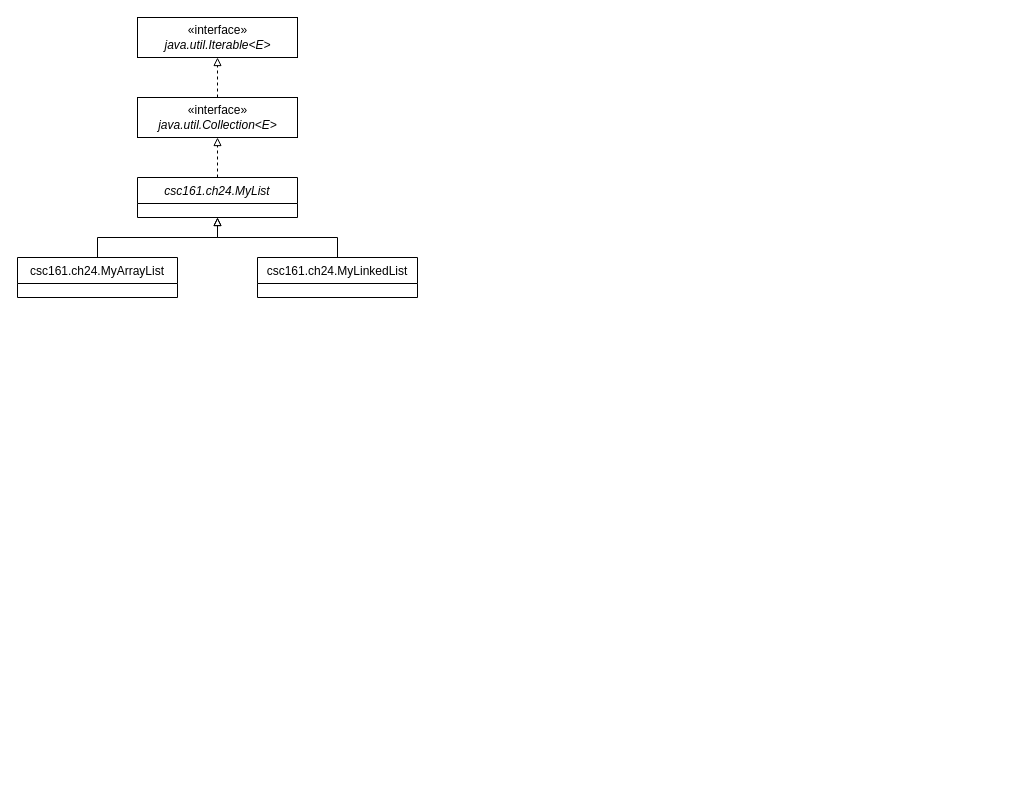
Before: CSC/161/ch24_uml.drawio in PatrickMcDougle/ACC, a draw.io diagram. Source tidied: cells renumbered, new cells numbered last; positions are measured from the earlier drawing's top-left corner, leaving out a move shared by most shapes. Both pictures are drawn from the tidied source at 100%, with x=0, y=0 at pixel (17, 17).
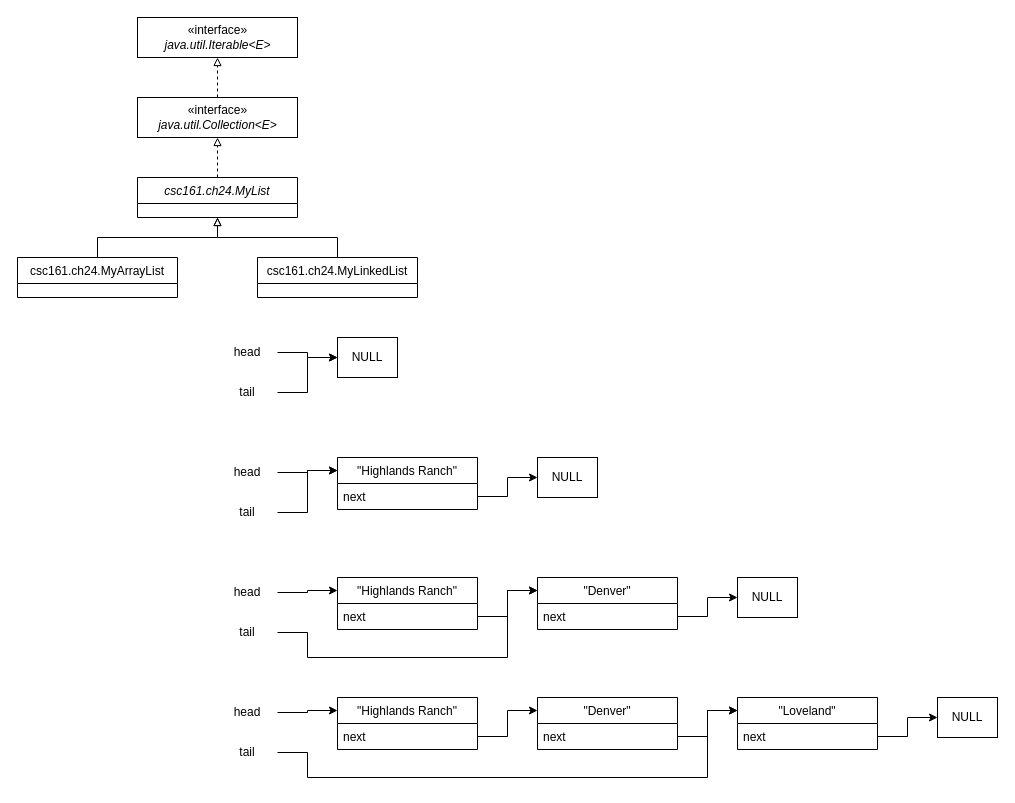
After the change.

The edit, as a diff of the source:
```diff
@@
+    <mxCell id="11" style="edgeStyle=orthogonalEdgeStyle;rounded=0;jettySize=auto;html=1;entryX=0;entryY=0.5;entryDx=0;entryDy=0;endArrow=classic;endFill=1;exitX=1;exitY=0.5;exitDx=0;exitDy=0;" parent="1" edge="1" source="12" target="15">
+      <mxGeometry relative="1" as="geometry" />
+    </mxCell>
+    <mxCell id="12" value="head" style="text;html=1;strokeColor=none;fillColor=none;align=center;verticalAlign=middle;whiteSpace=wrap;rounded=0;" parent="1" vertex="1">
+      <mxGeometry x="200" y="320" width="60" height="30" as="geometry" />
+    </mxCell>
+    <mxCell id="13" style="edgeStyle=orthogonalEdgeStyle;rounded=0;jettySize=auto;html=1;exitX=1;exitY=0.5;exitDx=0;exitDy=0;endArrow=classic;endFill=1;entryX=0;entryY=0.5;entryDx=0;entryDy=0;" parent="1" edge="1" source="14" target="15">
+      <mxGeometry relative="1" as="geometry" />
+    </mxCell>
+    <mxCell id="14" value="tail" style="text;html=1;strokeColor=none;fillColor=none;align=center;verticalAlign=middle;whiteSpace=wrap;rounded=0;" parent="1" vertex="1">
+      <mxGeometry x="200" y="360" width="60" height="30" as="geometry" />
+    </mxCell>
+    <mxCell id="15" value="NULL" style="rounded=0;whiteSpace=wrap;html=1;" parent="1" vertex="1">
+      <mxGeometry x="320" y="320" width="60" height="40" as="geometry" />
+    </mxCell>
+    <mxCell id="16" style="edgeStyle=orthogonalEdgeStyle;rounded=0;jettySize=auto;html=1;entryX=0;entryY=0.25;entryDx=0;entryDy=0;endArrow=classic;endFill=1;exitX=1;exitY=0.5;exitDx=0;exitDy=0;" parent="1" edge="1" source="17" target="20">
+      <mxGeometry relative="1" as="geometry" />
+    </mxCell>
+    <mxCell id="17" value="head" style="text;html=1;strokeColor=none;fillColor=none;align=center;verticalAlign=middle;whiteSpace=wrap;rounded=0;" parent="1" vertex="1">
+      <mxGeometry x="200" y="440" width="60" height="30" as="geometry" />
+    </mxCell>
+    <mxCell id="18" style="edgeStyle=orthogonalEdgeStyle;rounded=0;jettySize=auto;html=1;exitX=1;exitY=0.5;exitDx=0;exitDy=0;endArrow=classic;endFill=1;entryX=0;entryY=0.25;entryDx=0;entryDy=0;" parent="1" edge="1" source="19" target="20">
+      <mxGeometry relative="1" as="geometry" />
+    </mxCell>
+    <mxCell id="19" value="tail" style="text;html=1;strokeColor=none;fillColor=none;align=center;verticalAlign=middle;whiteSpace=wrap;rounded=0;" parent="1" vertex="1">
+      <mxGeometry x="200" y="480" width="60" height="30" as="geometry" />
+    </mxCell>
+    <mxCell id="20" value="&quot;Highlands Ranch&quot;" style="swimlane;fontStyle=0;horizontal=1;startSize=26;fillColor=none;" parent="1" vertex="1">
+      <mxGeometry x="320" y="440" width="140" height="52" as="geometry" />
+    </mxCell>
+    <mxCell id="21" value="next" style="text;strokeColor=none;fillColor=none;align=left;verticalAlign=top;spacingLeft=4;spacingRight=4;overflow=hidden;points=[[0,0.5],[1,0.5]];portConstraint=eastwest;" parent="20" vertex="1">
+      <mxGeometry y="26" width="140" height="26" as="geometry" />
+    </mxCell>
+    <mxCell id="22" value="&quot;Denver&quot;" style="swimlane;fontStyle=0;horizontal=1;startSize=26;fillColor=none;" parent="1" vertex="1">
+      <mxGeometry x="520" y="560" width="140" height="52" as="geometry" />
+    </mxCell>
+    <mxCell id="23" value="next" style="text;strokeColor=none;fillColor=none;align=left;verticalAlign=top;spacingLeft=4;spacingRight=4;overflow=hidden;points=[[0,0.5],[1,0.5]];portConstraint=eastwest;" parent="22" vertex="1">
+      <mxGeometry y="26" width="140" height="26" as="geometry" />
+    </mxCell>
+    <mxCell id="24" style="edgeStyle=orthogonalEdgeStyle;rounded=0;jettySize=auto;html=1;entryX=0;entryY=0.25;entryDx=0;entryDy=0;endArrow=classic;endFill=1;exitX=1;exitY=0.5;exitDx=0;exitDy=0;" parent="1" edge="1" source="25" target="28">
+      <mxGeometry relative="1" as="geometry" />
+    </mxCell>
+    <mxCell id="25" value="head" style="text;html=1;strokeColor=none;fillColor=none;align=center;verticalAlign=middle;whiteSpace=wrap;rounded=0;" parent="1" vertex="1">
+      <mxGeometry x="200" y="560" width="60" height="30" as="geometry" />
+    </mxCell>
+    <mxCell id="26" style="edgeStyle=orthogonalEdgeStyle;rounded=0;jettySize=auto;html=1;exitX=1;exitY=0.5;exitDx=0;exitDy=0;endArrow=classic;endFill=1;entryX=0;entryY=0.25;entryDx=0;entryDy=0;" parent="1" edge="1" source="27" target="22">
+      <mxGeometry relative="1" as="geometry">
+        <Array as="points">
+          <mxPoint x="290" y="615" />
+          <mxPoint x="290" y="640" />
+          <mxPoint x="490" y="640" />
+          <mxPoint x="490" y="573" />
+        </Array>
+      </mxGeometry>
+    </mxCell>
+    <mxCell id="27" value="tail" style="text;html=1;strokeColor=none;fillColor=none;align=center;verticalAlign=middle;whiteSpace=wrap;rounded=0;" parent="1" vertex="1">
+      <mxGeometry x="200" y="600" width="60" height="30" as="geometry" />
+    </mxCell>
+    <mxCell id="28" value="&quot;Highlands Ranch&quot;" style="swimlane;fontStyle=0;horizontal=1;startSize=26;fillColor=none;" parent="1" vertex="1">
+      <mxGeometry x="320" y="560" width="140" height="52" as="geometry" />
+    </mxCell>
+    <mxCell id="29" value="next" style="text;strokeColor=none;fillColor=none;align=left;verticalAlign=top;spacingLeft=4;spacingRight=4;overflow=hidden;points=[[0,0.5],[1,0.5]];portConstraint=eastwest;" parent="28" vertex="1">
+      <mxGeometry y="26" width="140" height="26" as="geometry" />
+    </mxCell>
+    <mxCell id="30" style="edgeStyle=orthogonalEdgeStyle;rounded=0;jettySize=auto;html=1;entryX=0;entryY=0.25;entryDx=0;entryDy=0;endArrow=classic;endFill=1;exitX=1;exitY=0.5;exitDx=0;exitDy=0;" parent="1" edge="1" source="29" target="22">
+      <mxGeometry relative="1" as="geometry" />
+    </mxCell>
+    <mxCell id="31" value="NULL" style="rounded=0;whiteSpace=wrap;html=1;" parent="1" vertex="1">
+      <mxGeometry x="520" y="440" width="60" height="40" as="geometry" />
+    </mxCell>
+    <mxCell id="32" style="edgeStyle=orthogonalEdgeStyle;rounded=0;jettySize=auto;html=1;entryX=0;entryY=0.5;entryDx=0;entryDy=0;endArrow=classic;endFill=1;exitX=1;exitY=0.5;exitDx=0;exitDy=0;" parent="1" edge="1" source="21" target="31">
+      <mxGeometry relative="1" as="geometry" />
+    </mxCell>
+    <mxCell id="33" value="NULL" style="rounded=0;whiteSpace=wrap;html=1;" parent="1" vertex="1">
+      <mxGeometry x="720" y="560" width="60" height="40" as="geometry" />
+    </mxCell>
+    <mxCell id="34" style="edgeStyle=orthogonalEdgeStyle;rounded=0;jettySize=auto;html=1;entryX=0;entryY=0.5;entryDx=0;entryDy=0;endArrow=classic;endFill=1;exitX=1;exitY=0.5;exitDx=0;exitDy=0;" parent="1" edge="1" source="23" target="33">
+      <mxGeometry relative="1" as="geometry" />
+    </mxCell>
+    <mxCell id="35" value="&quot;Denver&quot;" style="swimlane;fontStyle=0;horizontal=1;startSize=26;fillColor=none;" parent="1" vertex="1">
+      <mxGeometry x="520" y="680" width="140" height="52" as="geometry" />
+    </mxCell>
+    <mxCell id="36" value="next" style="text;strokeColor=none;fillColor=none;align=left;verticalAlign=top;spacingLeft=4;spacingRight=4;overflow=hidden;points=[[0,0.5],[1,0.5]];portConstraint=eastwest;" parent="35" vertex="1">
+      <mxGeometry y="26" width="140" height="26" as="geometry" />
+    </mxCell>
+    <mxCell id="37" style="edgeStyle=orthogonalEdgeStyle;rounded=0;jettySize=auto;html=1;entryX=0;entryY=0.25;entryDx=0;entryDy=0;endArrow=classic;endFill=1;exitX=1;exitY=0.5;exitDx=0;exitDy=0;" parent="1" edge="1" source="38" target="41">
+      <mxGeometry relative="1" as="geometry" />
+    </mxCell>
+    <mxCell id="38" value="head" style="text;html=1;strokeColor=none;fillColor=none;align=center;verticalAlign=middle;whiteSpace=wrap;rounded=0;" parent="1" vertex="1">
+      <mxGeometry x="200" y="680" width="60" height="30" as="geometry" />
+    </mxCell>
+    <mxCell id="39" style="edgeStyle=orthogonalEdgeStyle;rounded=0;jettySize=auto;html=1;exitX=1;exitY=0.5;exitDx=0;exitDy=0;endArrow=classic;endFill=1;entryX=0;entryY=0.25;entryDx=0;entryDy=0;" parent="1" edge="1" source="40" target="46">
+      <mxGeometry relative="1" as="geometry">
+        <Array as="points">
+          <mxPoint x="290" y="735" />
+          <mxPoint x="290" y="760" />
+          <mxPoint x="690" y="760" />
+          <mxPoint x="690" y="693" />
+        </Array>
+      </mxGeometry>
+    </mxCell>
+    <mxCell id="40" value="tail" style="text;html=1;strokeColor=none;fillColor=none;align=center;verticalAlign=middle;whiteSpace=wrap;rounded=0;" parent="1" vertex="1">
+      <mxGeometry x="200" y="720" width="60" height="30" as="geometry" />
+    </mxCell>
+    <mxCell id="41" value="&quot;Highlands Ranch&quot;" style="swimlane;fontStyle=0;horizontal=1;startSize=26;fillColor=none;" parent="1" vertex="1">
+      <mxGeometry x="320" y="680" width="140" height="52" as="geometry" />
+    </mxCell>
+    <mxCell id="42" value="next" style="text;strokeColor=none;fillColor=none;align=left;verticalAlign=top;spacingLeft=4;spacingRight=4;overflow=hidden;points=[[0,0.5],[1,0.5]];portConstraint=eastwest;" parent="41" vertex="1">
+      <mxGeometry y="26" width="140" height="26" as="geometry" />
+    </mxCell>
+    <mxCell id="43" style="edgeStyle=orthogonalEdgeStyle;rounded=0;jettySize=auto;html=1;entryX=0;entryY=0.25;entryDx=0;entryDy=0;endArrow=classic;endFill=1;exitX=1;exitY=0.5;exitDx=0;exitDy=0;" parent="1" edge="1" source="42" target="35">
+      <mxGeometry relative="1" as="geometry" />
+    </mxCell>
+    <mxCell id="44" value="NULL" style="rounded=0;whiteSpace=wrap;html=1;" parent="1" vertex="1">
+      <mxGeometry x="920" y="680" width="60" height="40" as="geometry" />
+    </mxCell>
+    <mxCell id="45" style="edgeStyle=orthogonalEdgeStyle;rounded=0;jettySize=auto;html=1;entryX=0;entryY=0.5;entryDx=0;entryDy=0;endArrow=classic;endFill=1;exitX=1;exitY=0.5;exitDx=0;exitDy=0;" parent="1" edge="1" source="47" target="44">
+      <mxGeometry relative="1" as="geometry" />
+    </mxCell>
+    <mxCell id="46" value="&quot;Loveland&quot;" style="swimlane;fontStyle=0;horizontal=1;startSize=26;fillColor=none;" parent="1" vertex="1">
+      <mxGeometry x="720" y="680" width="140" height="52" as="geometry" />
+    </mxCell>
+    <mxCell id="47" value="next" style="text;strokeColor=none;fillColor=none;align=left;verticalAlign=top;spacingLeft=4;spacingRight=4;overflow=hidden;points=[[0,0.5],[1,0.5]];portConstraint=eastwest;" parent="46" vertex="1">
+      <mxGeometry y="26" width="140" height="26" as="geometry" />
+    </mxCell>
+    <mxCell id="48" style="edgeStyle=orthogonalEdgeStyle;rounded=0;jettySize=auto;html=1;entryX=0;entryY=0.25;entryDx=0;entryDy=0;endArrow=classic;endFill=1;exitX=1;exitY=0.5;exitDx=0;exitDy=0;" parent="1" edge="1" source="36" target="46">
+      <mxGeometry relative="1" as="geometry" />
+    </mxCell>
```
